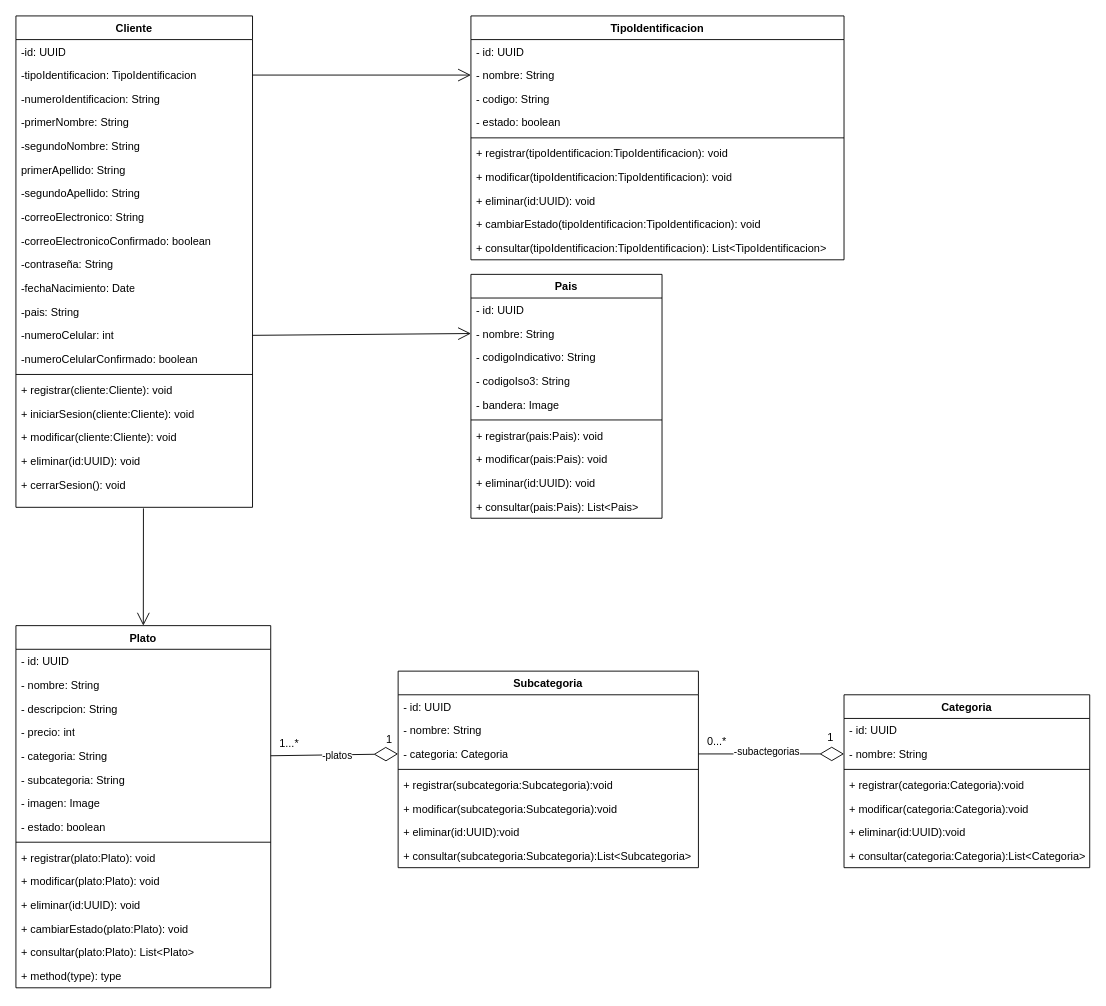
andrescardo98/doo keeps this draw.io diagram as page "Diagrama Clases Cliente" (13 of 16) of Restaurante_Disenio.drawio. Above is the earlier version. Source tidied: cells renumbered, new cells numbered last; positions are measured from the earlier drawing's top-left corner, leaving out a move shared by most shapes. Both pictures are drawn from the tidied source at 91%, with x=0, y=0 at pixel (15, 15).
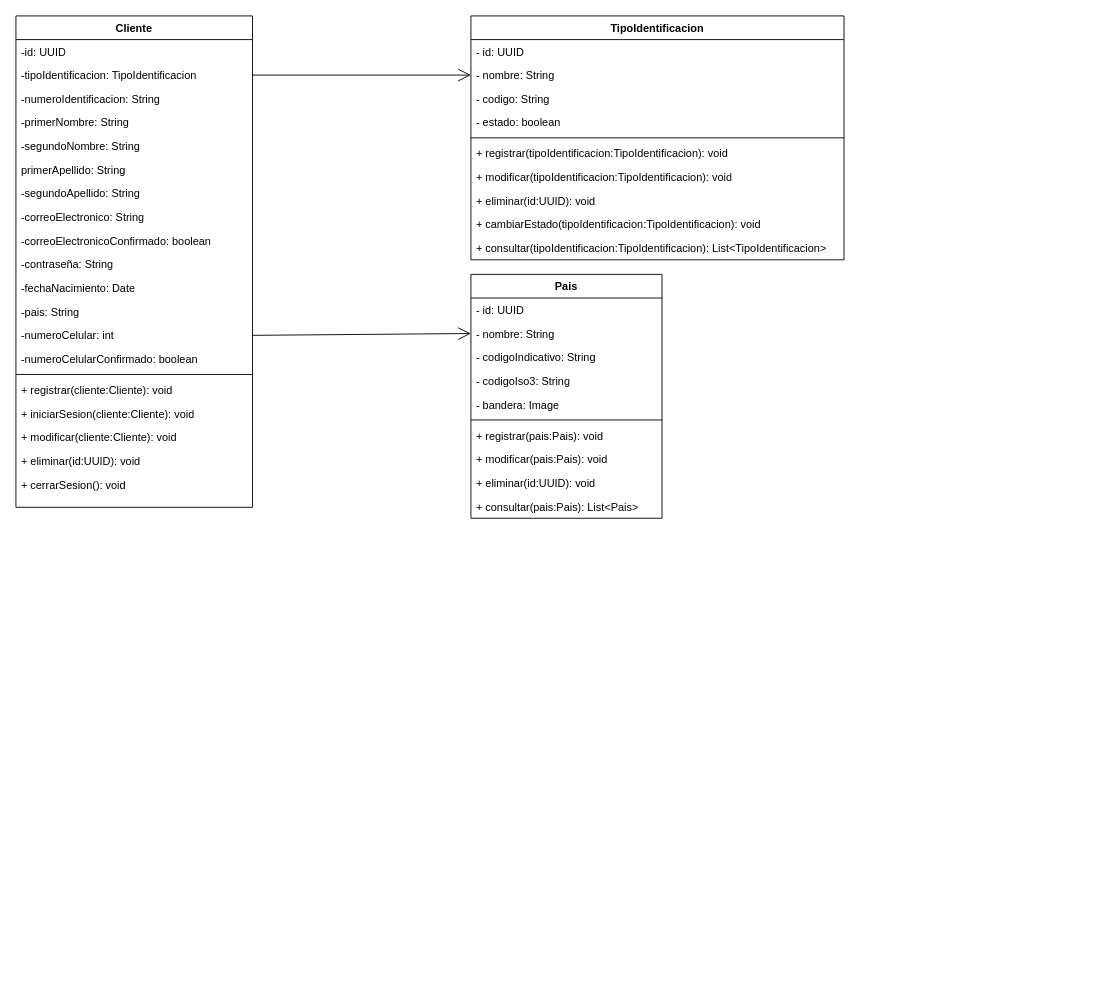
The same page after the edit.

Unchanged cells that the change refers to:
```xml
<mxCell id="22" value="+ cerrarSesion(): void" style="text;strokeColor=none;fillColor=none;align=left;verticalAlign=top;spacingLeft=4;spacingRight=4;overflow=hidden;points=[[0,0.5],[1,0.5]];portConstraint=eastwest;whiteSpace=wrap;html=1;" parent="2" vertex="1">
  <mxGeometry y="502" width="260" height="38" as="geometry" />
</mxCell>
```

Diff of the diagram source:
```diff
@@
-    <mxCell id="34" value="Plato" style="swimlane;fontStyle=1;align=center;verticalAlign=top;horizontal=1;startSize=26;whiteSpace=wrap;html=1;" parent="1" vertex="1">
-      <mxGeometry y="670" width="280" height="398" as="geometry" />
-    </mxCell>
-    <mxCell id="35" value="- id: UUID" style="text;strokeColor=none;fillColor=none;align=left;verticalAlign=top;spacingLeft=4;spacingRight=4;overflow=hidden;whiteSpace=wrap;html=1;" parent="34" vertex="1">
-      <mxGeometry y="26" width="280" height="26" as="geometry" />
-    </mxCell>
-    <mxCell id="36" value="- nombre: String" style="text;strokeColor=none;fillColor=none;align=left;verticalAlign=top;spacingLeft=4;spacingRight=4;overflow=hidden;whiteSpace=wrap;html=1;" parent="34" vertex="1">
-      <mxGeometry y="52" width="280" height="26" as="geometry" />
-    </mxCell>
-    <mxCell id="37" value="- descripcion: String" style="text;strokeColor=none;fillColor=none;align=left;verticalAlign=top;spacingLeft=4;spacingRight=4;overflow=hidden;whiteSpace=wrap;html=1;" parent="34" vertex="1">
-      <mxGeometry y="78" width="280" height="26" as="geometry" />
-    </mxCell>
-    <mxCell id="38" value="- precio: int" style="text;strokeColor=none;fillColor=none;align=left;verticalAlign=top;spacingLeft=4;spacingRight=4;overflow=hidden;whiteSpace=wrap;html=1;" parent="34" vertex="1">
-      <mxGeometry y="104" width="280" height="26" as="geometry" />
-    </mxCell>
-    <mxCell id="39" value="- categoria: String" style="text;strokeColor=none;fillColor=none;align=left;verticalAlign=top;spacingLeft=4;spacingRight=4;overflow=hidden;points=[[0,0.5],[1,0.5]];portConstraint=eastwest;whiteSpace=wrap;html=1;" parent="34" vertex="1">
-      <mxGeometry y="130" width="280" height="26" as="geometry" />
-    </mxCell>
-    <mxCell id="40" value="- subcategoria: String" style="text;strokeColor=none;fillColor=none;align=left;verticalAlign=top;spacingLeft=4;spacingRight=4;overflow=hidden;whiteSpace=wrap;html=1;" parent="34" vertex="1">
-      <mxGeometry y="156" width="280" height="26" as="geometry" />
-    </mxCell>
-    <mxCell id="41" value="- imagen: Image" style="text;strokeColor=none;fillColor=none;align=left;verticalAlign=top;spacingLeft=4;spacingRight=4;overflow=hidden;whiteSpace=wrap;html=1;" parent="34" vertex="1">
-      <mxGeometry y="182" width="280" height="26" as="geometry" />
-    </mxCell>
-    <mxCell id="42" value="- estado: boolean" style="text;strokeColor=none;fillColor=none;align=left;verticalAlign=top;spacingLeft=4;spacingRight=4;overflow=hidden;whiteSpace=wrap;html=1;" parent="34" vertex="1">
-      <mxGeometry y="208" width="280" height="26" as="geometry" />
-    </mxCell>
-    <mxCell id="43" style="line;strokeWidth=1;fillColor=none;align=left;verticalAlign=middle;spacingTop=-1;spacingLeft=3;spacingRight=3;labelPosition=right;strokeColor=inherit;" parent="34" vertex="1">
-      <mxGeometry y="234" width="280" height="8" as="geometry" />
-    </mxCell>
-    <mxCell id="44" value="+ registrar(plato:Plato): void" style="text;strokeColor=none;fillColor=none;align=left;verticalAlign=top;spacingLeft=4;spacingRight=4;overflow=hidden;whiteSpace=wrap;html=1;" parent="34" vertex="1">
-      <mxGeometry y="242" width="280" height="26" as="geometry" />
-    </mxCell>
-    <mxCell id="45" value="+ modificar(plato:Plato): void" style="text;strokeColor=none;fillColor=none;align=left;verticalAlign=top;spacingLeft=4;spacingRight=4;overflow=hidden;whiteSpace=wrap;html=1;" parent="34" vertex="1">
-      <mxGeometry y="268" width="280" height="26" as="geometry" />
-    </mxCell>
-    <mxCell id="46" value="+ eliminar(id:UUID): void" style="text;strokeColor=none;fillColor=none;align=left;verticalAlign=top;spacingLeft=4;spacingRight=4;overflow=hidden;whiteSpace=wrap;html=1;" parent="34" vertex="1">
-      <mxGeometry y="294" width="280" height="26" as="geometry" />
-    </mxCell>
-    <mxCell id="47" value="+ cambiarEstado(plato:Plato): void" style="text;strokeColor=none;fillColor=none;align=left;verticalAlign=top;spacingLeft=4;spacingRight=4;overflow=hidden;whiteSpace=wrap;html=1;" parent="34" vertex="1">
-      <mxGeometry y="320" width="280" height="26" as="geometry" />
-    </mxCell>
-    <mxCell id="48" value="+ consultar(plato:Plato): List&amp;lt;Plato&amp;gt;" style="text;strokeColor=none;fillColor=none;align=left;verticalAlign=top;spacingLeft=4;spacingRight=4;overflow=hidden;whiteSpace=wrap;html=1;" parent="34" vertex="1">
-      <mxGeometry y="346" width="280" height="26" as="geometry" />
-    </mxCell>
-    <mxCell id="49" value="+ method(type): type" style="text;strokeColor=none;fillColor=none;align=left;verticalAlign=top;spacingLeft=4;spacingRight=4;overflow=hidden;whiteSpace=wrap;html=1;" parent="34" vertex="1">
-      <mxGeometry y="372" width="280" height="26" as="geometry" />
-    </mxCell>
@@
-    <mxCell id="61" value="Subcategoria" style="swimlane;fontStyle=1;align=center;verticalAlign=top;horizontal=1;startSize=26;whiteSpace=wrap;html=1;" parent="1" vertex="1">
-      <mxGeometry x="420" y="720" width="330" height="216" as="geometry" />
-    </mxCell>
-    <mxCell id="62" value="- id: UUID" style="text;strokeColor=none;fillColor=none;align=left;verticalAlign=top;spacingLeft=4;spacingRight=4;overflow=hidden;whiteSpace=wrap;html=1;" parent="61" vertex="1">
-      <mxGeometry y="26" width="330" height="26" as="geometry" />
-    </mxCell>
-    <mxCell id="63" value="- nombre: String" style="text;strokeColor=none;fillColor=none;align=left;verticalAlign=top;spacingLeft=4;spacingRight=4;overflow=hidden;whiteSpace=wrap;html=1;" parent="61" vertex="1">
-      <mxGeometry y="52" width="330" height="26" as="geometry" />
-    </mxCell>
-    <mxCell id="64" value="- categoria: Categoria" style="text;strokeColor=none;fillColor=none;align=left;verticalAlign=top;spacingLeft=4;spacingRight=4;overflow=hidden;points=[[0,0.5],[1,0.5]];portConstraint=eastwest;whiteSpace=wrap;html=1;" parent="61" vertex="1">
-      <mxGeometry y="78" width="330" height="26" as="geometry" />
-    </mxCell>
-    <mxCell id="65" style="line;strokeWidth=1;fillColor=none;align=left;verticalAlign=middle;spacingTop=-1;spacingLeft=3;spacingRight=3;labelPosition=right;strokeColor=inherit;" parent="61" vertex="1">
-      <mxGeometry y="104" width="330" height="8" as="geometry" />
-    </mxCell>
-    <mxCell id="66" value="+ registrar(subcategoria:Subcategoria):void" style="text;strokeColor=none;fillColor=none;align=left;verticalAlign=top;spacingLeft=4;spacingRight=4;overflow=hidden;whiteSpace=wrap;html=1;" parent="61" vertex="1">
-      <mxGeometry y="112" width="330" height="26" as="geometry" />
-    </mxCell>
-    <mxCell id="67" value="+ modificar(subcategoria:Subcategoria):void" style="text;strokeColor=none;fillColor=none;align=left;verticalAlign=top;spacingLeft=4;spacingRight=4;overflow=hidden;whiteSpace=wrap;html=1;" parent="61" vertex="1">
-      <mxGeometry y="138" width="330" height="26" as="geometry" />
-    </mxCell>
-    <mxCell id="68" value="+ eliminar(id:UUID):void" style="text;strokeColor=none;fillColor=none;align=left;verticalAlign=top;spacingLeft=4;spacingRight=4;overflow=hidden;whiteSpace=wrap;html=1;" parent="61" vertex="1">
-      <mxGeometry y="164" width="330" height="26" as="geometry" />
-    </mxCell>
-    <mxCell id="69" value="+ consultar(subcategoria:Subcategoria):List&amp;lt;Subcategoria&amp;gt;" style="text;strokeColor=none;fillColor=none;align=left;verticalAlign=top;spacingLeft=4;spacingRight=4;overflow=hidden;whiteSpace=wrap;html=1;" parent="61" vertex="1">
-      <mxGeometry y="190" width="330" height="26" as="geometry" />
-    </mxCell>
-    <mxCell id="70" value="Categoria" style="swimlane;fontStyle=1;align=center;verticalAlign=top;horizontal=1;startSize=26;whiteSpace=wrap;html=1;" parent="1" vertex="1">
-      <mxGeometry x="910" y="746" width="270" height="190" as="geometry" />
-    </mxCell>
-    <mxCell id="71" value="- id: UUID" style="text;strokeColor=none;fillColor=none;align=left;verticalAlign=top;spacingLeft=4;spacingRight=4;overflow=hidden;whiteSpace=wrap;html=1;" parent="70" vertex="1">
-      <mxGeometry y="26" width="270" height="26" as="geometry" />
-    </mxCell>
-    <mxCell id="72" value="- nombre: String" style="text;strokeColor=none;fillColor=none;align=left;verticalAlign=top;spacingLeft=4;spacingRight=4;overflow=hidden;points=[[0,0.5],[1,0.5]];portConstraint=eastwest;whiteSpace=wrap;html=1;" parent="70" vertex="1">
-      <mxGeometry y="52" width="270" height="26" as="geometry" />
-    </mxCell>
-    <mxCell id="73" style="line;strokeWidth=1;fillColor=none;align=left;verticalAlign=middle;spacingTop=-1;spacingLeft=3;spacingRight=3;labelPosition=right;strokeColor=inherit;" parent="70" vertex="1">
-      <mxGeometry y="78" width="270" height="8" as="geometry" />
-    </mxCell>
-    <mxCell id="74" value="+ registrar(categoria:Categoria):void" style="text;strokeColor=none;fillColor=none;align=left;verticalAlign=top;spacingLeft=4;spacingRight=4;overflow=hidden;whiteSpace=wrap;html=1;" parent="70" vertex="1">
-      <mxGeometry y="86" width="270" height="26" as="geometry" />
-    </mxCell>
-    <mxCell id="75" value="+ modificar(categoria:Categoria):void" style="text;strokeColor=none;fillColor=none;align=left;verticalAlign=top;spacingLeft=4;spacingRight=4;overflow=hidden;whiteSpace=wrap;html=1;" parent="70" vertex="1">
-      <mxGeometry y="112" width="270" height="26" as="geometry" />
-    </mxCell>
-    <mxCell id="76" value="+ eliminar(id:UUID):void" style="text;strokeColor=none;fillColor=none;align=left;verticalAlign=top;spacingLeft=4;spacingRight=4;overflow=hidden;whiteSpace=wrap;html=1;" parent="70" vertex="1">
-      <mxGeometry y="138" width="270" height="26" as="geometry" />
-    </mxCell>
-    <mxCell id="77" value="+ consultar(categoria:Categoria):List&amp;lt;Categoria&amp;gt;" style="text;strokeColor=none;fillColor=none;align=left;verticalAlign=top;spacingLeft=4;spacingRight=4;overflow=hidden;whiteSpace=wrap;html=1;" parent="70" vertex="1">
-      <mxGeometry y="164" width="270" height="26" as="geometry" />
-    </mxCell>
-    <mxCell id="78" style="endArrow=diamondThin;endFill=0;endSize=24;html=1;rounded=0;exitX=1;exitY=0.5;exitDx=0;exitDy=0;entryX=0;entryY=0.5;entryDx=0;entryDy=0;" parent="1" edge="1" source="64" target="72">
-      <mxGeometry relative="1" as="geometry" />
-    </mxCell>
-    <mxCell id="79" value="-subactegorias" style="edgeLabel;html=1;align=center;verticalAlign=middle;" parent="78" vertex="1">
-      <mxGeometry x="-0.08" y="3" relative="1" as="geometry" />
-    </mxCell>
-    <mxCell id="80" value="1" style="text;html=1;align=center;verticalAlign=middle;strokeColor=none;fillColor=none;" parent="1" vertex="1">
-      <mxGeometry x="880" y="778" width="30" height="30" as="geometry" />
-    </mxCell>
-    <mxCell id="81" value="0...*" style="text;html=1;align=center;verticalAlign=middle;strokeColor=none;fillColor=none;" parent="1" vertex="1">
-      <mxGeometry x="750" y="783" width="40" height="30" as="geometry" />
-    </mxCell>
-    <mxCell id="82" style="endArrow=diamondThin;endFill=0;endSize=24;html=1;rounded=0;exitX=1;exitY=0.5;exitDx=0;exitDy=0;entryX=0;entryY=0.5;entryDx=0;entryDy=0;" parent="1" edge="1" source="39" target="64">
-      <mxGeometry relative="1" as="geometry" />
-    </mxCell>
-    <mxCell id="83" value="-platos" style="edgeLabel;html=1;align=center;verticalAlign=middle;" parent="82" vertex="1">
-      <mxGeometry x="-0.12" y="-3" relative="1" as="geometry">
-        <mxPoint x="10" y="-3" as="offset" />
-      </mxGeometry>
-    </mxCell>
-    <mxCell id="84" value="1" style="text;html=1;align=center;verticalAlign=middle;strokeColor=none;fillColor=none;" parent="1" vertex="1">
-      <mxGeometry x="395" y="781" width="30" height="30" as="geometry" />
-    </mxCell>
-    <mxCell id="85" value="1...*" style="text;html=1;align=center;verticalAlign=middle;strokeColor=none;fillColor=none;" parent="1" vertex="1">
-      <mxGeometry x="280" y="785" width="40" height="30" as="geometry" />
-    </mxCell>
@@
-    <mxCell id="87" style="endArrow=open;endFill=1;endSize=12;html=1;rounded=0;entryX=0.5;entryY=0;entryDx=0;entryDy=0;exitX=0.539;exitY=1.03;exitDx=0;exitDy=0;exitPerimeter=0;" parent="1" edge="1" source="22" target="34">
-      <mxGeometry relative="1" as="geometry" />
-    </mxCell>
```
